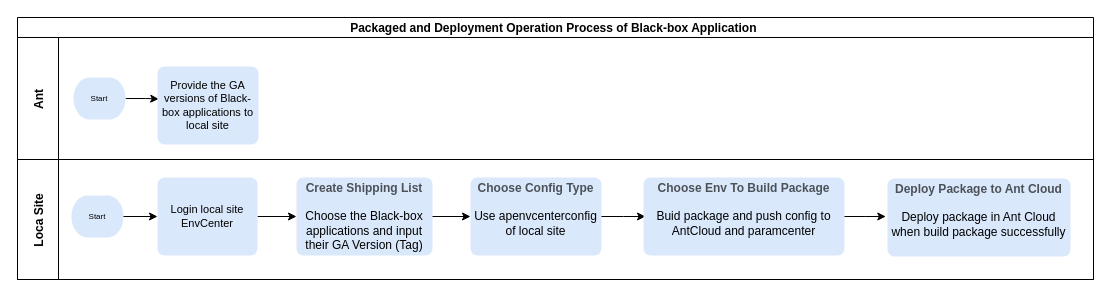
Earlier version of the draw.io diagram page "第 20 页" (20 of 20) of 会员账户.drawio (renqiuming/drawio). Source tidied: cells renumbered, new cells numbered last; positions are measured from the earlier drawing's top-left corner, leaving out a move shared by most shapes. Both pictures are drawn from the tidied source at 100%, with x=0, y=0 at pixel (17, 17).
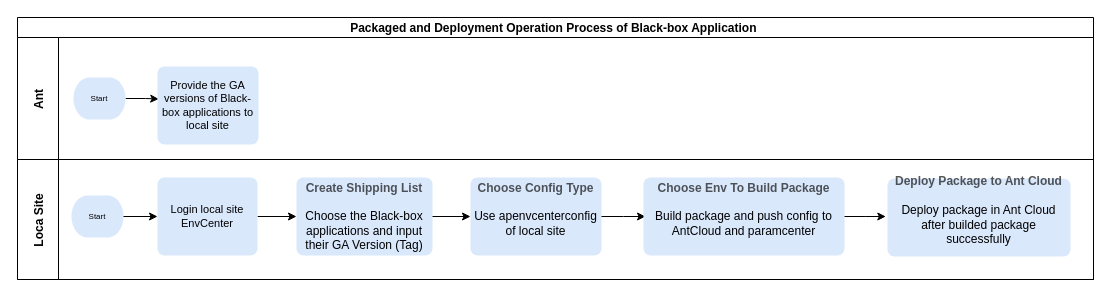
After the change.

The change refers to these unchanged cells:
```xml
<mxCell id="7" value="Loca Site" style="swimlane;startSize=41;horizontal=0;" parent="2" vertex="1">
  <mxGeometry y="142" width="1076" height="120" as="geometry" />
</mxCell>
```

Diff of the diagram source:
```diff
@@
-    <mxCell id="16" value="&lt;font style=&quot;font-size: 12px;&quot;&gt;&lt;span style=&quot;color: rgba(0, 0, 0, 0.65); text-align: start;&quot;&gt;&lt;b style=&quot;&quot;&gt;Choose Env To Build Package&lt;br&gt;&lt;/b&gt;&lt;/span&gt;&lt;br&gt;Buid package and push config to AntCloud and paramcenter&lt;br&gt;&lt;br&gt;&lt;/font&gt;" style="rounded=1;whiteSpace=wrap;html=1;absoluteArcSize=1;arcSize=14;strokeWidth=2;fillColor=#dae8fc;strokeColor=none;fontSize=8;" parent="7" vertex="1">
+    <mxCell id="16" value="&lt;font style=&quot;font-size: 12px;&quot;&gt;&lt;span style=&quot;color: rgba(0, 0, 0, 0.65); text-align: start;&quot;&gt;&lt;b style=&quot;&quot;&gt;Choose Env To Build Package&lt;br&gt;&lt;/b&gt;&lt;/span&gt;&lt;br&gt;Build package and push config to AntCloud and paramcenter&lt;br&gt;&lt;br&gt;&lt;/font&gt;" style="rounded=1;whiteSpace=wrap;html=1;absoluteArcSize=1;arcSize=14;strokeWidth=2;fillColor=#dae8fc;strokeColor=none;fontSize=8;" parent="7" vertex="1">
       <mxGeometry x="626" y="18" width="201" height="78" as="geometry" />
     </mxCell>
-    <mxCell id="17" value="&lt;font style=&quot;font-size: 12px;&quot;&gt;&lt;span style=&quot;color: rgba(0, 0, 0, 0.65); text-align: start;&quot;&gt;&lt;b style=&quot;&quot;&gt;Deploy Package to Ant Cloud&lt;br&gt;&lt;/b&gt;&lt;/span&gt;&lt;br&gt;Deploy package in Ant Cloud when build package successfully&lt;br&gt;&lt;br&gt;&lt;/font&gt;" style="rounded=1;whiteSpace=wrap;html=1;absoluteArcSize=1;arcSize=14;strokeWidth=2;fillColor=#dae8fc;strokeColor=none;fontSize=8;" parent="7" vertex="1">
+    <mxCell id="17" value="&lt;font style=&quot;font-size: 12px;&quot;&gt;&lt;span style=&quot;color: rgba(0, 0, 0, 0.65); text-align: start;&quot;&gt;&lt;b style=&quot;&quot;&gt;Deploy Package to Ant Cloud&lt;br&gt;&lt;/b&gt;&lt;/span&gt;&lt;br&gt;Deploy package in Ant Cloud after builded package successfully&lt;br&gt;&lt;br&gt;&lt;/font&gt;" style="rounded=1;whiteSpace=wrap;html=1;absoluteArcSize=1;arcSize=14;strokeWidth=2;fillColor=#dae8fc;strokeColor=none;fontSize=8;" parent="7" vertex="1">
       <mxGeometry x="870" y="19" width="183" height="78" as="geometry" />
     </mxCell>
```
